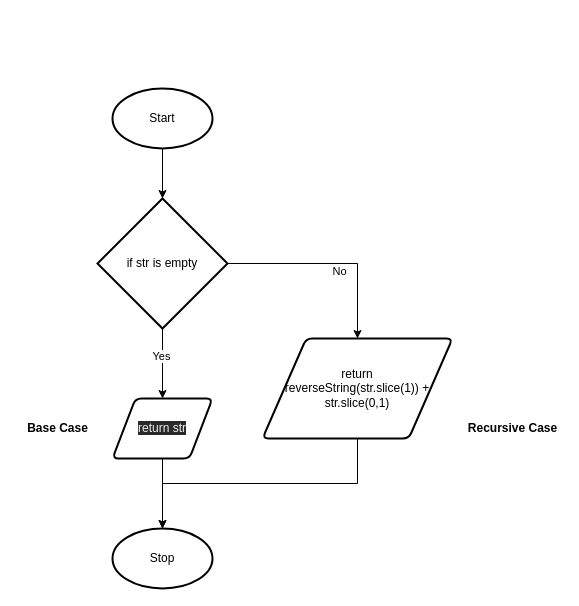
Earlier version of the draw.io diagram Design/Unit3-01-reverseString.drawio (dbcalitis/ics4u-unit3-01-typescript). Source tidied: cells renumbered, new cells numbered last; positions are measured from the earlier drawing's top-left corner, leaving out a move shared by most shapes. Both pictures are drawn from the tidied source at 100%, with x=0, y=0 at pixel (17, 88).
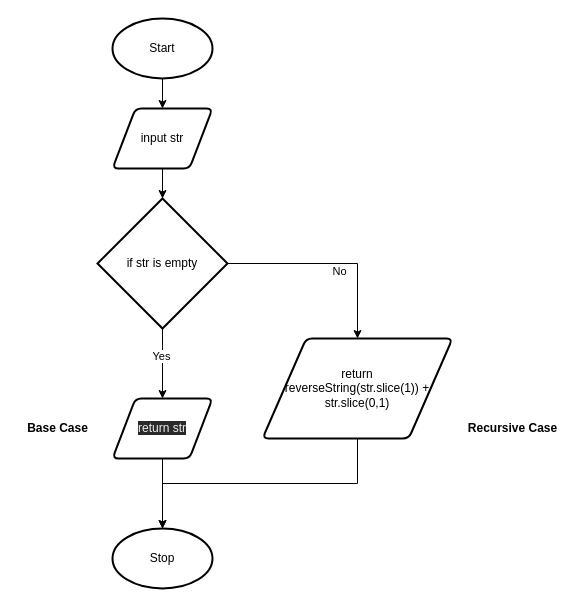
After the change.

The edit, as a diff of the source:
```diff
@@
 <mxGraphModel>
   <root>
     <mxCell id="0" />
     <mxCell id="1" parent="0" />
-    <mxCell id="2" style="edgeStyle=none;html=1;exitX=0.5;exitY=1;exitDx=0;exitDy=0;exitPerimeter=0;" parent="1" edge="1" source="3" target="8">
-      <mxGeometry relative="1" as="geometry" />
-    </mxCell>
+    <mxCell id="16" style="edgeStyle=none;html=1;exitX=0.5;exitY=1;exitDx=0;exitDy=0;exitPerimeter=0;entryX=0.5;entryY=0;entryDx=0;entryDy=0;" parent="1" edge="1" source="3" target="18">
+      <mxGeometry relative="1" as="geometry" />
+    </mxCell>
     <mxCell id="3" value="Start" style="strokeWidth=2;html=1;shape=mxgraph.flowchart.start_1;whiteSpace=wrap;" parent="1" vertex="1">
-      <mxGeometry x="95" width="100" height="60" as="geometry" />
+      <mxGeometry x="95" y="-70" width="100" height="60" as="geometry" />
     </mxCell>
     <mxCell id="4" style="edgeStyle=none;html=1;exitX=0.5;exitY=1;exitDx=0;exitDy=0;exitPerimeter=0;entryX=0.5;entryY=0;entryDx=0;entryDy=0;" parent="1" edge="1" source="8" target="13">
       <mxGeometry relative="1" as="geometry" />
     </mxCell>
     <mxCell id="5" value="Yes" style="edgeLabel;html=1;align=center;verticalAlign=middle;" parent="4" vertex="1">
       <mxGeometry x="-0.23" y="-2" relative="1" as="geometry" />
     </mxCell>
     <mxCell id="6" style="edgeStyle=orthogonalEdgeStyle;rounded=0;html=1;exitX=1;exitY=0.5;exitDx=0;exitDy=0;exitPerimeter=0;" parent="1" edge="1" source="8" target="15">
       <mxGeometry relative="1" as="geometry" />
     </mxCell>
     <mxCell id="7" value="No" style="edgeLabel;html=1;align=center;verticalAlign=middle;" parent="6" vertex="1">
       <mxGeometry x="0.08" y="-7" relative="1" as="geometry" />
     </mxCell>
     <mxCell id="8" value="if str is empty" style="strokeWidth=2;html=1;shape=mxgraph.flowchart.decision;whiteSpace=wrap;" parent="1" vertex="1">
       <mxGeometry x="80" y="110" width="130" height="130" as="geometry" />
     </mxCell>
     <mxCell id="9" style="edgeStyle=none;html=1;exitX=0.5;exitY=1;exitDx=0;exitDy=0;entryX=0.5;entryY=0;entryDx=0;entryDy=0;entryPerimeter=0;" parent="1" edge="1" source="13" target="10">
       <mxGeometry relative="1" as="geometry" />
     </mxCell>
     <mxCell id="10" value="Stop" style="strokeWidth=2;html=1;shape=mxgraph.flowchart.start_1;whiteSpace=wrap;" parent="1" vertex="1">
       <mxGeometry x="95" y="440" width="100" height="60" as="geometry" />
     </mxCell>
     <mxCell id="11" value="Base Case" style="text;html=1;align=center;verticalAlign=middle;strokeColor=none;fillColor=none;fontStyle=1;" parent="1" vertex="1">
       <mxGeometry y="330" width="80" height="20" as="geometry" />
     </mxCell>
     <mxCell id="12" value="Recursive Case" style="text;html=1;align=center;verticalAlign=middle;strokeColor=none;fillColor=none;fontStyle=1;" parent="1" vertex="1">
       <mxGeometry x="445" y="330" width="100" height="20" as="geometry" />
     </mxCell>
     <mxCell id="13" value="&#10;&#10;&lt;span style=&quot;color: rgb(240, 240, 240); font-family: helvetica; font-size: 12px; font-style: normal; font-weight: 400; letter-spacing: normal; text-align: center; text-indent: 0px; text-transform: none; word-spacing: 0px; background-color: rgb(42, 42, 42); display: inline; float: none;&quot;&gt;return str&lt;/span&gt;&#10;&#10;" style="shape=parallelogram;html=1;strokeWidth=2;perimeter=parallelogramPerimeter;whiteSpace=wrap;rounded=1;arcSize=12;size=0.23;" parent="1" vertex="1">
       <mxGeometry x="95" y="310" width="100" height="60" as="geometry" />
     </mxCell>
     <mxCell id="14" style="edgeStyle=orthogonalEdgeStyle;rounded=0;html=1;exitX=0.5;exitY=1;exitDx=0;exitDy=0;entryX=0.5;entryY=0;entryDx=0;entryDy=0;entryPerimeter=0;" parent="1" edge="1" source="15" target="10">
       <mxGeometry relative="1" as="geometry" />
     </mxCell>
     <mxCell id="15" value="&lt;span&gt;return &lt;br&gt;reverseString(str.slice(1)) + str.slice(0,1)&lt;/span&gt;" style="shape=parallelogram;html=1;strokeWidth=2;perimeter=parallelogramPerimeter;whiteSpace=wrap;rounded=1;arcSize=12;size=0.23;" parent="1" vertex="1">
       <mxGeometry x="245" y="250" width="190" height="100" as="geometry" />
     </mxCell>
+    <mxCell id="17" style="edgeStyle=none;html=1;exitX=0.5;exitY=1;exitDx=0;exitDy=0;entryX=0.5;entryY=0;entryDx=0;entryDy=0;entryPerimeter=0;" parent="1" edge="1" source="18" target="8">
+      <mxGeometry relative="1" as="geometry" />
+    </mxCell>
+    <mxCell id="18" value="input str" style="shape=parallelogram;html=1;strokeWidth=2;perimeter=parallelogramPerimeter;whiteSpace=wrap;rounded=1;arcSize=12;size=0.23;" parent="1" vertex="1">
+      <mxGeometry x="95" y="20" width="100" height="60" as="geometry" />
+    </mxCell>
   </root>
 </mxGraphModel>
```
